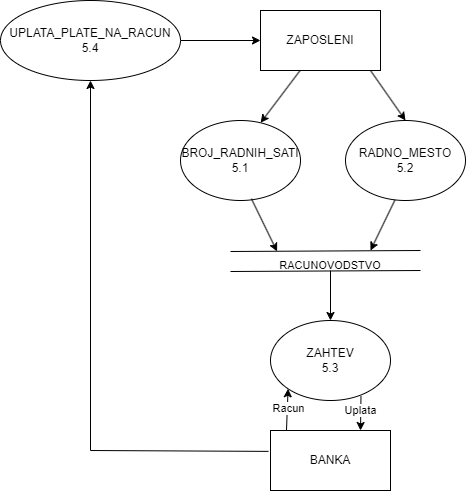
The draw.io diagram Isplate Plate Zaposlenima.png in Tisic/Poznavanje-Poslovnih-Procesa-PPP---Projektni-Zatadak, before a commit. Source tidied: cells renumbered, new cells last; positions are measured from the earlier drawing's top-left corner, leaving out a move shared by most shapes. Source of this version:
```xml
<mxGraphModel>
  <root>
    <mxCell id="0" />
    <mxCell id="1" parent="0" />
    <mxCell id="2" value="ZAPOSLENI" style="rounded=0;whiteSpace=wrap;html=1;" parent="1" vertex="1">
      <mxGeometry x="260" y="10" width="120" height="60" as="geometry" />
    </mxCell>
    <mxCell id="3" style="endArrow=none;html=1;rounded=0;" parent="1" edge="1">
      <mxGeometry relative="1" as="geometry">
        <mxPoint x="230" y="251" as="sourcePoint" />
        <mxPoint x="420" y="250" as="targetPoint" />
      </mxGeometry>
    </mxCell>
    <mxCell id="4" style="endArrow=none;html=1;rounded=0;" parent="1" edge="1">
      <mxGeometry relative="1" as="geometry">
        <mxPoint x="230" y="271" as="sourcePoint" />
        <mxPoint x="420" y="270" as="targetPoint" />
      </mxGeometry>
    </mxCell>
    <mxCell id="5" value="RACUNOVODSTVO" style="text;html=1;strokeColor=none;fillColor=none;align=center;verticalAlign=middle;whiteSpace=wrap;rounded=0;fontSize=11;" parent="1" vertex="1">
      <mxGeometry x="250" y="250" width="160" height="30" as="geometry" />
    </mxCell>
    <mxCell id="6" value="RADNO_MESTO&lt;br&gt;5.2" style="ellipse;whiteSpace=wrap;html=1;" parent="1" vertex="1">
      <mxGeometry x="345" y="120" width="120" height="80" as="geometry" />
    </mxCell>
    <mxCell id="7" value="BANKA" style="rounded=0;whiteSpace=wrap;html=1;" parent="1" vertex="1">
      <mxGeometry x="270" y="430" width="120" height="60" as="geometry" />
    </mxCell>
    <mxCell id="8" value="BROJ_RADNIH_SATI&lt;br&gt;5.1" style="ellipse;whiteSpace=wrap;html=1;" parent="1" vertex="1">
      <mxGeometry x="180" y="120" width="120" height="80" as="geometry" />
    </mxCell>
    <mxCell id="9" style="endArrow=classic;html=1;rounded=0;entryX=0.668;entryY=0.028;entryDx=0;entryDy=0;entryPerimeter=0;exitX=0.327;exitY=1.008;exitDx=0;exitDy=0;exitPerimeter=0;" parent="1" edge="1" source="2" target="8">
      <mxGeometry relative="1" as="geometry" />
    </mxCell>
    <mxCell id="10" style="endArrow=classic;html=1;rounded=0;entryX=0.5;entryY=0;entryDx=0;entryDy=0;" parent="1" edge="1" target="6">
      <mxGeometry relative="1" as="geometry">
        <mxPoint x="370" y="70" as="sourcePoint" />
      </mxGeometry>
    </mxCell>
    <mxCell id="11" style="endArrow=classic;html=1;rounded=0;exitX=0.591;exitY=0.978;exitDx=0;exitDy=0;exitPerimeter=0;entryX=0.166;entryY=0.03;entryDx=0;entryDy=0;entryPerimeter=0;" parent="1" edge="1" source="8" target="5">
      <mxGeometry relative="1" as="geometry" />
    </mxCell>
    <mxCell id="12" style="endArrow=classic;html=1;rounded=0;exitX=0.412;exitY=0.994;exitDx=0;exitDy=0;exitPerimeter=0;entryX=0.75;entryY=0;entryDx=0;entryDy=0;" parent="1" edge="1" source="6" target="5">
      <mxGeometry relative="1" as="geometry" />
    </mxCell>
    <mxCell id="13" value="ZAHTEV&lt;br&gt;5.3" style="ellipse;whiteSpace=wrap;html=1;" parent="1" vertex="1">
      <mxGeometry x="270" y="320" width="120" height="80" as="geometry" />
    </mxCell>
    <mxCell id="14" style="endArrow=classic;html=1;rounded=0;entryX=0.5;entryY=0;entryDx=0;entryDy=0;" parent="1" edge="1" target="13">
      <mxGeometry relative="1" as="geometry">
        <mxPoint x="330" y="270" as="sourcePoint" />
      </mxGeometry>
    </mxCell>
    <mxCell id="15" style="endArrow=classic;html=1;rounded=0;exitX=0.133;exitY=-0.003;exitDx=0;exitDy=0;exitPerimeter=0;entryX=0;entryY=1;entryDx=0;entryDy=0;" parent="1" edge="1" source="7" target="13">
      <mxGeometry relative="1" as="geometry" />
    </mxCell>
    <mxCell id="16" value="Racun" style="edgeLabel;html=1;align=center;verticalAlign=middle;" parent="15" vertex="1">
      <mxGeometry x="0.04" y="-1" relative="1" as="geometry" />
    </mxCell>
    <mxCell id="17" style="endArrow=classic;html=1;rounded=0;entryX=0.75;entryY=0;entryDx=0;entryDy=0;exitX=0.754;exitY=0.945;exitDx=0;exitDy=0;exitPerimeter=0;" parent="1" edge="1" source="13" target="7">
      <mxGeometry relative="1" as="geometry" />
    </mxCell>
    <mxCell id="18" value="Uplata" style="edgeLabel;html=1;align=center;verticalAlign=middle;" parent="17" vertex="1">
      <mxGeometry x="-0.2" y="-1" relative="1" as="geometry" />
    </mxCell>
    <mxCell id="19" style="endArrow=classic;html=1;rounded=0;entryX=0;entryY=0.5;entryDx=0;entryDy=0;" parent="1" edge="1" target="2">
      <mxGeometry relative="1" as="geometry">
        <mxPoint x="180" y="40" as="sourcePoint" />
      </mxGeometry>
    </mxCell>
    <mxCell id="20" value="UPLATA_PLATE_NA_RACUN&lt;br&gt;5.4" style="ellipse;whiteSpace=wrap;html=1;" parent="1" vertex="1">
      <mxGeometry width="180" height="80" as="geometry" />
    </mxCell>
    <mxCell id="21" style="endArrow=classic;html=1;rounded=0;entryX=0.5;entryY=1;entryDx=0;entryDy=0;" parent="1" edge="1" target="20">
      <mxGeometry relative="1" as="geometry">
        <mxPoint x="90" y="450" as="sourcePoint" />
      </mxGeometry>
    </mxCell>
    <mxCell id="22" style="endArrow=none;html=1;rounded=0;entryX=-0.017;entryY=0.348;entryDx=0;entryDy=0;entryPerimeter=0;" parent="1" edge="1" target="7">
      <mxGeometry relative="1" as="geometry">
        <mxPoint x="90" y="450" as="sourcePoint" />
      </mxGeometry>
    </mxCell>
  </root>
</mxGraphModel>
```
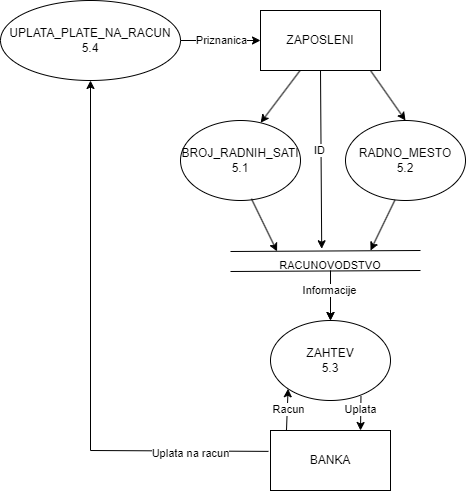
After the commit.

Change to the diagram source:
```diff
@@ -17,6 +17,9 @@
         <mxPoint x="420" y="270" as="targetPoint" />
       </mxGeometry>
     </mxCell>
+    <mxCell id="23" style="edgeStyle=orthogonalEdgeStyle;rounded=0;jettySize=auto;html=1;" parent="1" edge="1" source="5" target="13">
+      <mxGeometry relative="1" as="geometry" />
+    </mxCell>
     <mxCell id="5" value="RACUNOVODSTVO" style="text;html=1;strokeColor=none;fillColor=none;align=center;verticalAlign=middle;whiteSpace=wrap;rounded=0;fontSize=11;" parent="1" vertex="1">
       <mxGeometry x="250" y="250" width="160" height="30" as="geometry" />
     </mxCell>
@@ -51,6 +54,9 @@
         <mxPoint x="330" y="270" as="sourcePoint" />
       </mxGeometry>
     </mxCell>
+    <mxCell id="24" value="Informacije" style="edgeLabel;html=1;align=center;verticalAlign=middle;" parent="14" vertex="1">
+      <mxGeometry x="-0.18" y="-1" relative="1" as="geometry" />
+    </mxCell>
     <mxCell id="15" style="endArrow=classic;html=1;rounded=0;exitX=0.133;exitY=-0.003;exitDx=0;exitDy=0;exitPerimeter=0;entryX=0;entryY=1;entryDx=0;entryDy=0;" parent="1" edge="1" source="7" target="13">
       <mxGeometry relative="1" as="geometry" />
     </mxCell>
@@ -68,6 +74,11 @@
         <mxPoint x="180" y="40" as="sourcePoint" />
       </mxGeometry>
     </mxCell>
+    <mxCell id="25" value="Priznanica" style="edgeLabel;html=1;align=center;verticalAlign=middle;" parent="19" vertex="1">
+      <mxGeometry x="-0.28" y="-1" relative="1" as="geometry">
+        <mxPoint x="11" y="-1" as="offset" />
+      </mxGeometry>
+    </mxCell>
     <mxCell id="20" value="UPLATA_PLATE_NA_RACUN&lt;br&gt;5.4" style="ellipse;whiteSpace=wrap;html=1;" parent="1" vertex="1">
       <mxGeometry width="180" height="80" as="geometry" />
     </mxCell>
@@ -81,5 +92,14 @@
         <mxPoint x="90" y="450" as="sourcePoint" />
       </mxGeometry>
     </mxCell>
+    <mxCell id="26" value="Uplata na racun" style="edgeLabel;html=1;align=center;verticalAlign=middle;" parent="22" vertex="1">
+      <mxGeometry x="0.11" y="-2" relative="1" as="geometry" />
+    </mxCell>
+    <mxCell id="27" style="endArrow=classic;html=1;rounded=0;exitX=0.5;exitY=1;exitDx=0;exitDy=0;entryX=0.445;entryY=-0.058;entryDx=0;entryDy=0;entryPerimeter=0;" parent="1" edge="1" source="2" target="5">
+      <mxGeometry relative="1" as="geometry" />
+    </mxCell>
+    <mxCell id="28" value="ID" style="edgeLabel;html=1;align=center;verticalAlign=middle;" parent="27" vertex="1">
+      <mxGeometry x="-0.12" y="-2" relative="1" as="geometry" />
+    </mxCell>
   </root>
 </mxGraphModel>
```
